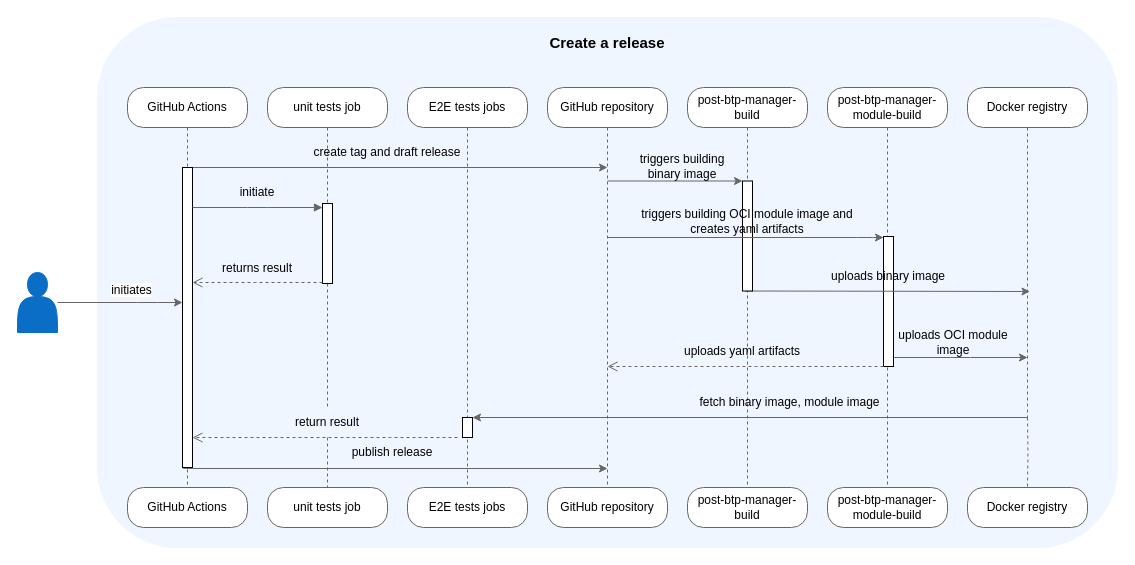
The draw.io diagram docs/assets/release.drawio in kyma-project/btp-manager, before the edit. Source tidied: cells renumbered, new cells numbered last; positions are measured from the earlier drawing's top-left corner, leaving out a move shared by most shapes. Both pictures are drawn from the tidied source at 100%, with x=0, y=0 at pixel (17, 17).
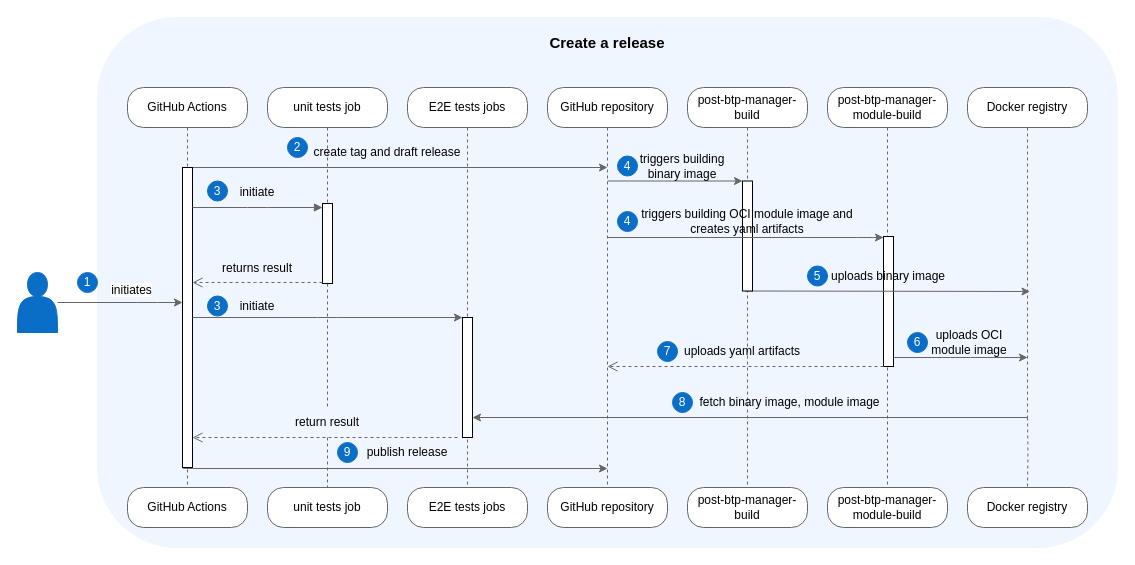
The same diagram, later.

Diff of the diagram source:
```diff
@@
     <mxCell id="49" value="uploads OCI module image" style="text;html=1;strokeColor=none;fillColor=none;align=center;verticalAlign=middle;whiteSpace=wrap;rounded=0;" parent="1" vertex="1">
-      <mxGeometry x="876" y="310" width="120" height="30" as="geometry" />
+      <mxGeometry x="900" y="310" width="104" height="30" as="geometry" />
     </mxCell>
     <mxCell id="50" value="publish release" style="text;html=1;strokeColor=none;fillColor=none;align=center;verticalAlign=middle;whiteSpace=wrap;rounded=0;" parent="1" vertex="1">
-      <mxGeometry x="320" y="420" width="110" height="30" as="geometry" />
+      <mxGeometry x="335" y="420" width="110" height="30" as="geometry" />
     </mxCell>
@@
+    <mxCell id="60" style="edgeStyle=elbowEdgeStyle;rounded=1;orthogonalLoop=1;jettySize=auto;html=1;elbow=vertical;strokeColor=#666666;" parent="1" edge="1">
+      <mxGeometry relative="1" as="geometry">
+        <mxPoint x="175" y="300" as="sourcePoint" />
+        <mxPoint x="445" y="300" as="targetPoint" />
+      </mxGeometry>
+    </mxCell>
     <mxCell id="53" style="html=1;points=[];perimeter=orthogonalPerimeter;outlineConnect=0;targetShapes=umlLifeline;portConstraint=eastwest;newEdgeStyle={&quot;edgeStyle&quot;:&quot;elbowEdgeStyle&quot;,&quot;elbow&quot;:&quot;vertical&quot;,&quot;curved&quot;:0,&quot;rounded&quot;:0};" parent="1" vertex="1">
-      <mxGeometry x="445" y="400" width="10" height="20" as="geometry" />
+      <mxGeometry x="445" y="300" width="10" height="120" as="geometry" />
     </mxCell>
@@
+    <mxCell id="61" value="&lt;font color=&quot;#ffffff&quot;&gt;8&lt;/font&gt;" style="ellipse;whiteSpace=wrap;html=1;fillColor=#0a6ec7;strokeColor=#0a6ec7;" parent="1" vertex="1">
+      <mxGeometry x="655" y="375" width="20" height="20" as="geometry" />
+    </mxCell>
+    <mxCell id="62" value="&lt;font color=&quot;#ffffff&quot;&gt;1&lt;/font&gt;" style="ellipse;whiteSpace=wrap;html=1;fillColor=#0a6ec7;strokeColor=#0a6ec7;" parent="1" vertex="1">
+      <mxGeometry x="60" y="255" width="20" height="20" as="geometry" />
+    </mxCell>
+    <mxCell id="63" value="&lt;font color=&quot;#ffffff&quot;&gt;2&lt;/font&gt;" style="ellipse;whiteSpace=wrap;html=1;fillColor=#0a6ec7;strokeColor=#0a6ec7;" parent="1" vertex="1">
+      <mxGeometry x="270" y="120" width="20" height="20" as="geometry" />
+    </mxCell>
+    <mxCell id="64" value="initiate" style="text;html=1;strokeColor=none;fillColor=none;align=center;verticalAlign=middle;whiteSpace=wrap;rounded=0;" parent="1" vertex="1">
+      <mxGeometry x="210" y="273.5" width="60" height="30" as="geometry" />
+    </mxCell>
+    <mxCell id="65" value="&lt;font color=&quot;#ffffff&quot;&gt;3&lt;/font&gt;" style="ellipse;whiteSpace=wrap;html=1;fillColor=#0a6ec7;strokeColor=#0a6ec7;" parent="1" vertex="1">
+      <mxGeometry x="190" y="163.5" width="20" height="20" as="geometry" />
+    </mxCell>
+    <mxCell id="66" value="&lt;font color=&quot;#ffffff&quot;&gt;3&lt;/font&gt;" style="ellipse;whiteSpace=wrap;html=1;fillColor=#0a6ec7;strokeColor=#0a6ec7;" parent="1" vertex="1">
+      <mxGeometry x="190" y="278.5" width="20" height="20" as="geometry" />
+    </mxCell>
+    <mxCell id="67" value="&lt;font color=&quot;#ffffff&quot;&gt;4&lt;/font&gt;" style="ellipse;whiteSpace=wrap;html=1;fillColor=#0a6ec7;strokeColor=#0a6ec7;" parent="1" vertex="1">
+      <mxGeometry x="600" y="194" width="20" height="20" as="geometry" />
+    </mxCell>
+    <mxCell id="68" value="&lt;font color=&quot;#ffffff&quot;&gt;4&lt;/font&gt;" style="ellipse;whiteSpace=wrap;html=1;fillColor=#0a6ec7;strokeColor=#0a6ec7;" parent="1" vertex="1">
+      <mxGeometry x="600" y="138.5" width="20" height="20" as="geometry" />
+    </mxCell>
+    <mxCell id="69" value="&lt;font color=&quot;#ffffff&quot;&gt;5&lt;/font&gt;" style="ellipse;whiteSpace=wrap;html=1;fillColor=#0a6ec7;strokeColor=#0a6ec7;" parent="1" vertex="1">
+      <mxGeometry x="790" y="248.5" width="20" height="20" as="geometry" />
+    </mxCell>
+    <mxCell id="70" value="&lt;font color=&quot;#ffffff&quot;&gt;6&lt;/font&gt;" style="ellipse;whiteSpace=wrap;html=1;fillColor=#0a6ec7;strokeColor=#0a6ec7;" parent="1" vertex="1">
+      <mxGeometry x="890" y="315" width="20" height="20" as="geometry" />
+    </mxCell>
+    <mxCell id="71" value="&lt;font color=&quot;#ffffff&quot;&gt;7&lt;/font&gt;" style="ellipse;whiteSpace=wrap;html=1;fillColor=#0a6ec7;strokeColor=#0a6ec7;" parent="1" vertex="1">
+      <mxGeometry x="640" y="324" width="20" height="20" as="geometry" />
+    </mxCell>
+    <mxCell id="72" value="&lt;font color=&quot;#ffffff&quot;&gt;9&lt;/font&gt;" style="ellipse;whiteSpace=wrap;html=1;fillColor=#0a6ec7;strokeColor=#0a6ec7;" parent="1" vertex="1">
+      <mxGeometry x="320" y="425" width="20" height="20" as="geometry" />
+    </mxCell>
```
